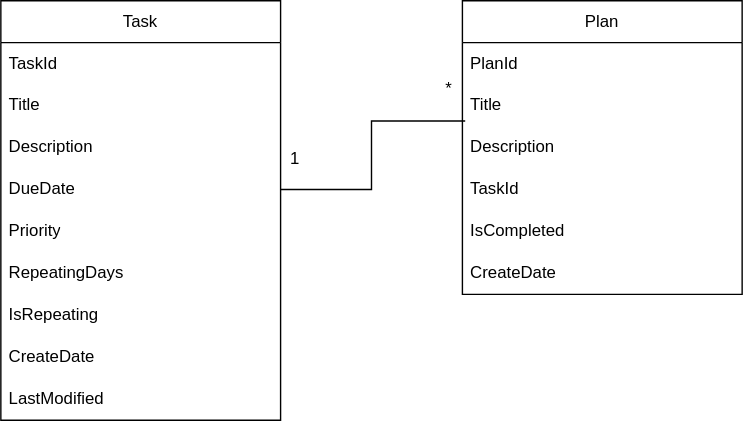
The draw.io diagram Untitled Diagram.drawio.svg in lntlemeza/Zen_Documentation, before a commit. Source tidied: cells renumbered, new cells last; positions are measured from the earlier drawing's top-left corner, leaving out a move shared by most shapes.
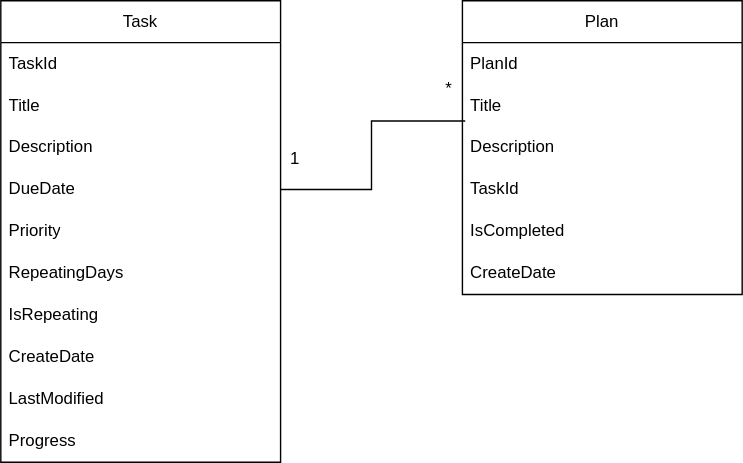
The same diagram one commit later.

What changed in the source:
```diff
@@ -3,7 +3,7 @@
     <mxCell id="0" />
     <mxCell id="1" parent="0" />
     <mxCell id="2" value="Task" style="swimlane;fontStyle=0;horizontal=1;startSize=30;whiteSpace=wrap;html=1;" parent="1" vertex="1">
-      <mxGeometry width="200" height="300" as="geometry" />
+      <mxGeometry width="200" height="330" as="geometry" />
     </mxCell>
     <mxCell id="3" value="TaskId" style="text;strokeColor=none;fillColor=none;align=left;verticalAlign=middle;spacingLeft=4;spacingRight=4;overflow=hidden;whiteSpace=wrap;html=1;" parent="2" vertex="1">
       <mxGeometry y="30" width="200" height="30" as="geometry" />
@@ -32,6 +32,9 @@
     <mxCell id="11" value="LastModified" style="text;strokeColor=none;fillColor=none;align=left;verticalAlign=middle;spacingLeft=4;spacingRight=4;overflow=hidden;whiteSpace=wrap;html=1;" parent="2" vertex="1">
       <mxGeometry y="270" width="200" height="30" as="geometry" />
     </mxCell>
+    <mxCell id="22" value="Progress" style="text;strokeColor=none;fillColor=none;align=left;verticalAlign=middle;spacingLeft=4;spacingRight=4;overflow=hidden;whiteSpace=wrap;html=1;" parent="2" vertex="1">
+      <mxGeometry y="300" width="200" height="30" as="geometry" />
+    </mxCell>
     <mxCell id="12" value="Plan" style="swimlane;fontStyle=0;horizontal=1;startSize=30;whiteSpace=wrap;html=1;" parent="1" vertex="1">
       <mxGeometry x="330" width="200" height="210" as="geometry" />
     </mxCell>
```
